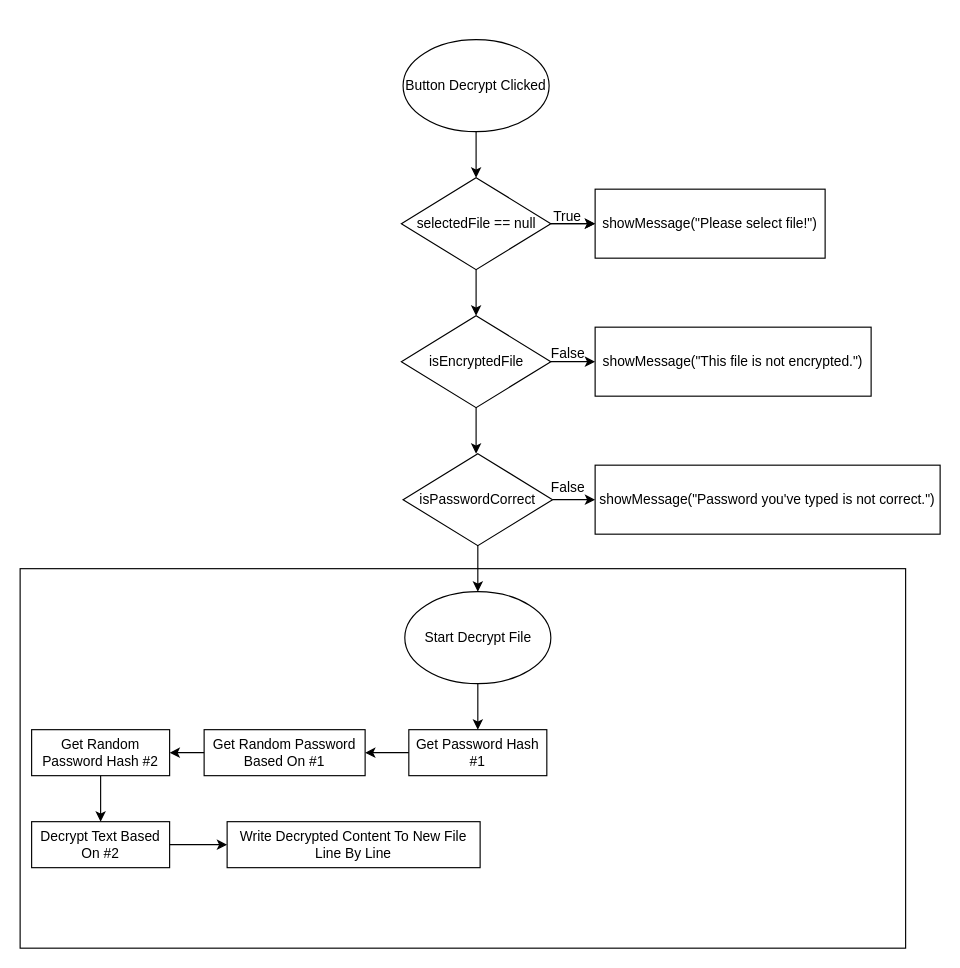
Before: docs/draw.io/button_decrypt_clicked.drawio in taiprogramer/space-encryption, a draw.io diagram. Source tidied: cells renumbered, new cells numbered last; positions are measured from the earlier drawing's top-left corner, leaving out a move shared by most shapes. Both pictures are drawn from the tidied source at 115%, with x=0, y=0 at pixel (20, 39).
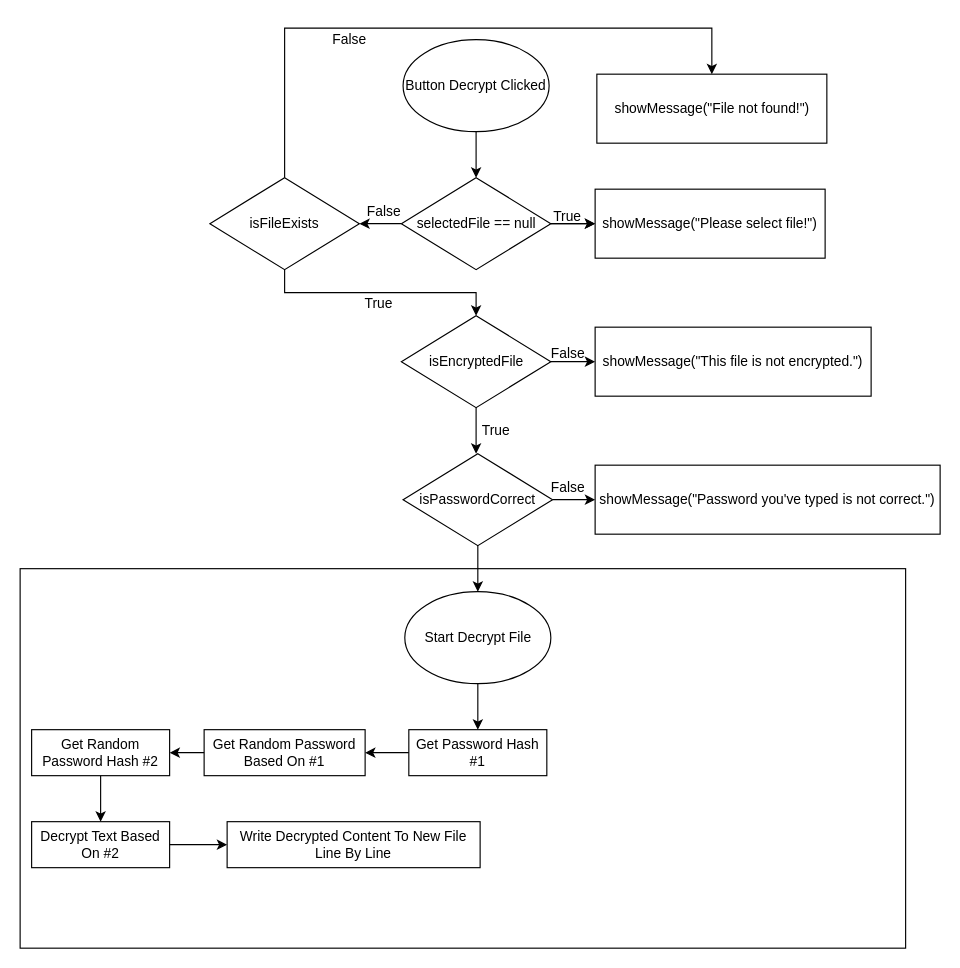
Above is the later version.

Commit message (it also covers changes not shown here):
File Not Found Checked

Unchanged cells that the change refers to:
```xml
<mxCell id="8" value="selectedFile == null" style="rhombus;whiteSpace=wrap;html=1;" parent="1" vertex="1">
  <mxGeometry x="331.5" y="120" width="130" height="80" as="geometry" />
</mxCell>
<mxCell id="12" value="isEncryptedFile" style="rhombus;whiteSpace=wrap;html=1;" parent="1" vertex="1">
  <mxGeometry x="331.5" y="240" width="130" height="80" as="geometry" />
</mxCell>
```

What changed in the source:
```diff
@@
-    <mxCell id="6" style="edgeStyle=orthogonalEdgeStyle;rounded=0;jettySize=auto;html=1;" parent="1" edge="1" source="8" target="12">
-      <mxGeometry relative="1" as="geometry" />
-    </mxCell>
@@
+    <mxCell id="32" style="edgeStyle=orthogonalEdgeStyle;rounded=0;jettySize=auto;html=1;" parent="1" edge="1" source="8" target="35">
+      <mxGeometry relative="1" as="geometry" />
+    </mxCell>
@@
+    <mxCell id="33" style="edgeStyle=orthogonalEdgeStyle;rounded=0;jettySize=auto;html=1;entryX=0.5;entryY=0;entryDx=0;entryDy=0;" parent="1" edge="1" source="35" target="36">
+      <mxGeometry relative="1" as="geometry">
+        <Array as="points">
+          <mxPoint x="230" y="-10" />
+          <mxPoint x="602" y="-10" />
+        </Array>
+      </mxGeometry>
+    </mxCell>
+    <mxCell id="34" style="edgeStyle=orthogonalEdgeStyle;rounded=0;jettySize=auto;html=1;entryX=0.5;entryY=0;entryDx=0;entryDy=0;" parent="1" edge="1" source="35" target="12">
+      <mxGeometry relative="1" as="geometry">
+        <Array as="points">
+          <mxPoint x="230" y="220" />
+          <mxPoint x="397" y="220" />
+        </Array>
+      </mxGeometry>
+    </mxCell>
+    <mxCell id="35" value="isFileExists" style="rhombus;whiteSpace=wrap;html=1;" parent="1" vertex="1">
+      <mxGeometry x="165" y="120" width="130" height="80" as="geometry" />
+    </mxCell>
+    <mxCell id="36" value="showMessage(&quot;File not found!&quot;)" style="rounded=0;whiteSpace=wrap;html=1;" parent="1" vertex="1">
+      <mxGeometry x="501.5" y="30" width="200" height="60" as="geometry" />
+    </mxCell>
+    <mxCell id="37" value="False" style="text;html=1;align=left;verticalAlign=top;spacingTop=-4;" parent="1" vertex="1">
+      <mxGeometry x="270" y="-10" width="40" height="20" as="geometry" />
+    </mxCell>
+    <mxCell id="38" value="False" style="text;html=1;align=left;verticalAlign=top;spacingTop=-4;" parent="1" vertex="1">
+      <mxGeometry x="300" y="140" width="40" height="20" as="geometry" />
+    </mxCell>
+    <mxCell id="39" value="True" style="text;html=1;align=left;verticalAlign=top;spacingTop=-4;" parent="1" vertex="1">
+      <mxGeometry x="298" y="220" width="40" height="20" as="geometry" />
+    </mxCell>
+    <mxCell id="40" value="True" style="text;html=1;align=left;verticalAlign=top;spacingTop=-4;" parent="1" vertex="1">
+      <mxGeometry x="400" y="330" width="40" height="20" as="geometry" />
+    </mxCell>
```
